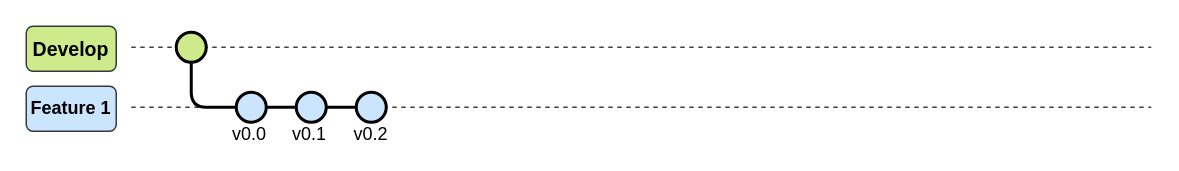
Earlier version of the draw.io diagram page "Feature1" (3 of 3) of 03_ImagenesRepo/01_GitFlow.drawio (LEOSZ8/Tesis_Msc_LSZ). Source tidied: cells renumbered, new cells numbered last; positions are measured from the earlier drawing's top-left corner, leaving out a move shared by most shapes. Both pictures are drawn from the tidied source at 150%, with x=0, y=0 at pixel (26, 26).
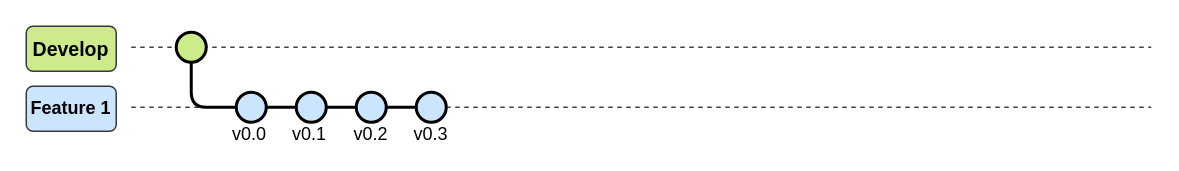
Above is the later version.

Unchanged cells that the change refers to:
```xml
<mxCell id="12" style="ellipse;whiteSpace=wrap;html=1;fillColor=#cce5ff;strokeColor=#000000;strokeWidth=2;" parent="1" vertex="1">
  <mxGeometry x="220" y="44" width="20" height="20" as="geometry" />
</mxCell>
```

Change to the diagram source:
```diff
@@
+    <mxCell id="16" style="edgeStyle=orthogonalEdgeStyle;rounded=0;jettySize=auto;html=1;endArrow=none;endFill=0;strokeWidth=2;" parent="1" edge="1" source="12" target="17">
+      <mxGeometry relative="1" as="geometry" />
+    </mxCell>
@@
+    <mxCell id="17" style="ellipse;whiteSpace=wrap;html=1;fillColor=#cce5ff;strokeColor=#000000;strokeWidth=2;" parent="1" vertex="1">
+      <mxGeometry x="260" y="44" width="20" height="20" as="geometry" />
+    </mxCell>
+    <mxCell id="18" value="v0.3" style="text;html=1;align=center;verticalAlign=middle;whiteSpace=wrap;rounded=0;" parent="1" vertex="1">
+      <mxGeometry x="255" y="67" width="30" height="10" as="geometry" />
+    </mxCell>
```
